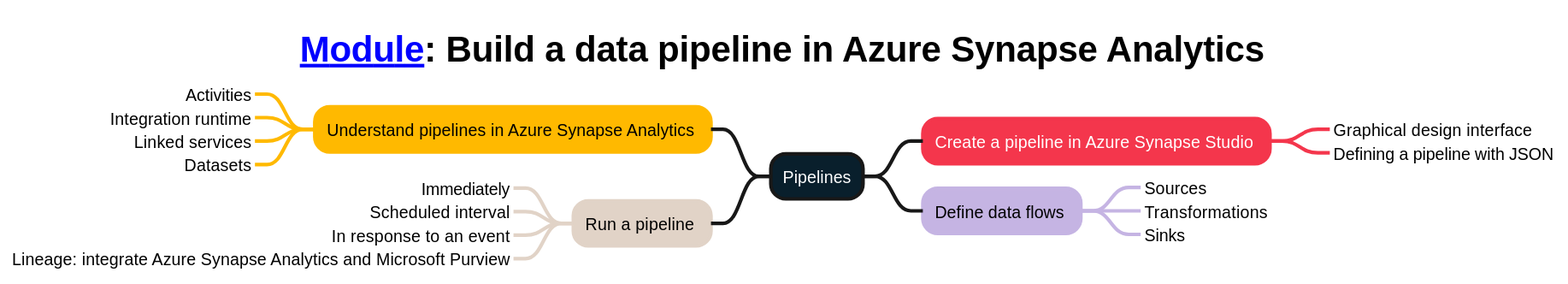
The PlantUML diagram mindmaps/12-Build a data pipeline in Azure Synapse Analytics.svg in weslbo/dp-203, before a commit.
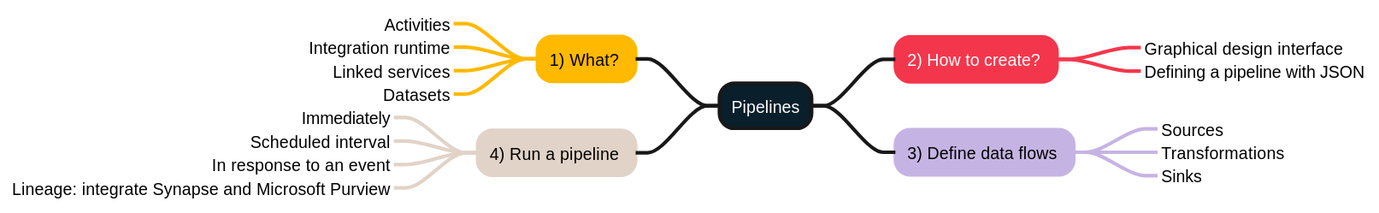
After the commit.

Diff of the diagram source:
```diff
@@ -1,64 +1,60 @@
 @startmindmap
 <style>
-title {
-        FontSize 30
-        FontColor #000000
-    }
-mindmapDiagram {
-    :depth(0) {
-        BackgroundColor #091f2c
-        FontColor #ffffff
-        LineThickness 3.0
-    }
-    .topic1 {
-        BackgroundColor #ffb900
-        LineColor #ffb900
-        LineThickness 3.0
-        FontColor #000000
-    }
-    .topic2 {
-        BackgroundColor #f4364c
-        LineColor #f4364c
-        LineThickness 3.0
-        FontColor #ffffff
-    }
-    .topic3 {
-        BackgroundColor #c5b4e3
-        LineColor #c5b4e3
-        LineThickness 3.0
-        FontColor #000000
-    }
-    .topic4 {
-        BackgroundColor #e1d3c7
-        LineColor #e1d3c7
-        LineThickness 3.0
-        FontColor #000000
-    }
-    .topic5 {
-        BackgroundColor #07641d
-        LineColor #07641d
-        LineThickness 3.0
-        FontColor #ffffff
-    }
+node {
+    Margin 20
+}
+:depth(0) {
+    BackgroundColor #091f2c
+    FontColor #ffffff
+    LineThickness 3.0
+}
+.topic1 {
+    BackgroundColor #ffb900
+    LineColor #ffb900
+    LineThickness 3.0
+    FontColor #000000
+}
+.topic2 {
+    BackgroundColor #f4364c
+    LineColor #f4364c
+    LineThickness 3.0
+    FontColor #ffffff
+}
+.topic3 {
+    BackgroundColor #c5b4e3
+    LineColor #c5b4e3
+    LineThickness 3.0
+    FontColor #000000
+}
+.topic4 {
+    BackgroundColor #e1d3c7
+    LineColor #e1d3c7
+    LineThickness 3.0
+    FontColor #000000
+}
+.topic5 {
+    BackgroundColor #07641d
+    LineColor #07641d
+    LineThickness 3.0
+    FontColor #ffffff
 }
 </style>
-title [[https://learn.microsoft.com/training/modules/build-data-pipeline-azure-synapse-analytics/ Module]]: Build a data pipeline in Azure Synapse Analytics
 + Pipelines
--- Understand pipelines in Azure Synapse Analytics <<topic1>>
+-- 1) What? <<topic1>>
 ---_ Activities
 ---_ Integration runtime
 ---_ Linked services
 ---_ Datasets
-++ Create a pipeline in Azure Synapse Studio <<topic2>>
+++ 2) How to create? <<topic2>>
 +++_ Graphical design interface
 +++_ Defining a pipeline with JSON
-++ Define data flows <<topic3>>
+++ 3) Define data flows <<topic3>>
 +++_ Sources
 +++_ Transformations
 +++_ Sinks
--- Run a pipeline <<topic4>>
+-- 4) Run a pipeline <<topic4>>
 ---_ Immediately
 ---_ Scheduled interval
 ---_ In response to an event
----_ Lineage: integrate Azure Synapse Analytics and Microsoft Purview
+---_ Lineage: integrate Synapse and Microsoft Purview
 @endmindmap
```
